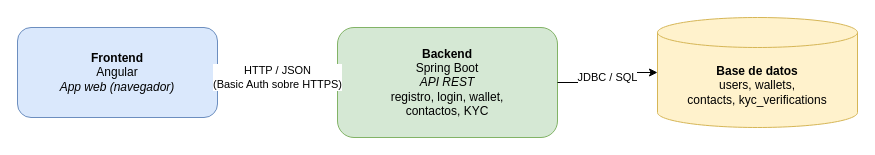
user-bcp-student03/hackathon keeps this draw.io diagram as docs/diagrams/ADR-001-arquitectura.drawio. Above is the earlier version. Source tidied: cells renumbered, new cells numbered last; positions are measured from the earlier drawing's top-left corner, leaving out a move shared by most shapes. Both pictures are drawn from the tidied source at 100%, with x=0, y=0 at pixel (17, 17).
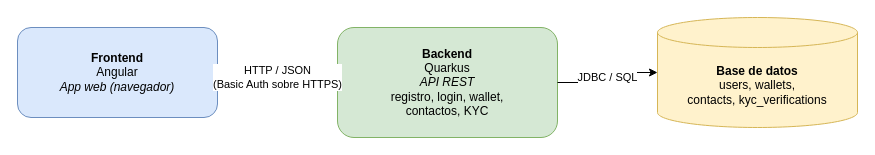
After the change.

Commit message (it also covers changes not shown here):
Actualizando tecnologia quarkus a ADR y diagrama

Change to the diagram source:
```diff
@@
 <mxGraphModel>
   <root>
     <mxCell id="0" />
     <mxCell id="1" parent="0" />
     <mxCell id="2" value="&lt;b&gt;Frontend&lt;/b&gt;&lt;br&gt;Angular&lt;br&gt;&lt;i&gt;App web (navegador)&lt;/i&gt;" style="rounded=1;whiteSpace=wrap;html=1;fillColor=#dae8fc;strokeColor=#6c8ebf;" parent="1" vertex="1">
       <mxGeometry y="10" width="200" height="90" as="geometry" />
     </mxCell>
-    <mxCell id="3" value="&lt;b&gt;Backend&lt;/b&gt;&lt;br&gt;Spring Boot&lt;br&gt;&lt;i&gt;API REST&lt;/i&gt;&lt;br&gt;registro, login, wallet,&lt;br&gt;contactos, KYC" style="rounded=1;whiteSpace=wrap;html=1;fillColor=#d5e8d4;strokeColor=#82b366;" parent="1" vertex="1">
+    <mxCell id="3" value="&lt;b&gt;Backend&lt;/b&gt;&lt;br&gt;Quarkus&lt;br&gt;&lt;i&gt;API REST&lt;/i&gt;&lt;br&gt;registro, login, wallet,&lt;br&gt;contactos, KYC" style="rounded=1;whiteSpace=wrap;html=1;fillColor=#d5e8d4;strokeColor=#82b366;" parent="1" vertex="1">
       <mxGeometry x="320" y="10" width="220" height="110" as="geometry" />
     </mxCell>
     <mxCell id="4" value="&lt;b&gt;Base de datos&lt;/b&gt;&lt;br&gt;users, wallets,&lt;br&gt;contacts, kyc_verifications" style="shape=cylinder3;whiteSpace=wrap;html=1;boundedLbl=1;backgroundOutline=1;size=15;fillColor=#fff2cc;strokeColor=#d6b656;" parent="1" vertex="1">
       <mxGeometry x="640" width="200" height="110" as="geometry" />
     </mxCell>
     <mxCell id="5" value="HTTP / JSON&lt;br&gt;(Basic Auth sobre HTTPS)" style="edgeStyle=orthogonalEdgeStyle;rounded=1;html=1;" parent="1" edge="1" source="2" target="3">
       <mxGeometry relative="1" as="geometry" />
     </mxCell>
     <mxCell id="6" value="JDBC / SQL" style="edgeStyle=orthogonalEdgeStyle;rounded=1;html=1;" parent="1" edge="1" source="3" target="4">
       <mxGeometry relative="1" as="geometry" />
     </mxCell>
   </root>
 </mxGraphModel>
```
